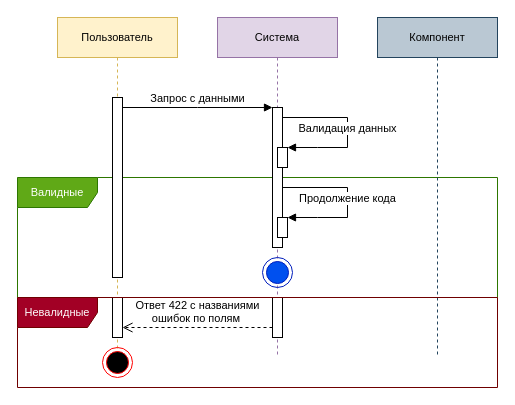
Before: page "🧩Общ: валид" (1 of 17) of docs/Последовательности.drawio in savayaqu/course-project-4, a draw.io diagram. Source tidied: cells renumbered, new cells numbered last; positions are measured from the earlier drawing's top-left corner, leaving out a move shared by most shapes. Both pictures are drawn from the tidied source at 100%, with x=0, y=0 at pixel (17, 17).
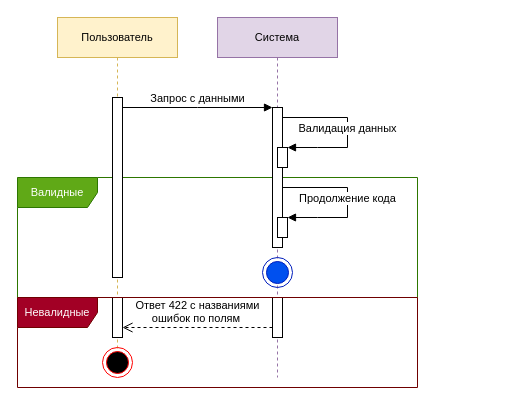
Above is the later version.

Change to the diagram source:
```diff
@@
     <mxCell id="3" value="Валидные" style="shape=umlFrame;whiteSpace=wrap;html=1;labelBackgroundColor=none;strokeColor=#2D7600;fontFamily=Helvetica;fontSize=11;fillColor=#60a917;fontColor=#ffffff;width=80;height=30;" parent="1" vertex="1">
-      <mxGeometry y="160" width="480" height="120" as="geometry" />
+      <mxGeometry y="160" width="400" height="120" as="geometry" />
     </mxCell>
-    <mxCell id="4" value="Компонент" style="shape=umlLifeline;perimeter=lifelinePerimeter;whiteSpace=wrap;html=1;labelBackgroundColor=none;fontFamily=Helvetica;fontSize=11;fillColor=#bac8d3;strokeColor=#23445d;" parent="1" vertex="1">
-      <mxGeometry x="360" width="120" height="340" as="geometry" />
-    </mxCell>
-    <mxCell id="5" value="Валидация данных" style="html=1;verticalAlign=bottom;endArrow=block;rounded=0;labelBackgroundColor=default;strokeColor=default;fontFamily=Helvetica;fontSize=11;fontColor=default;shape=connector;curved=0;" parent="4" edge="1">
-      <mxGeometry x="0.1" relative="1" as="geometry">
-        <mxPoint x="-95" y="100" as="sourcePoint" />
-        <mxPoint x="-90" y="130" as="targetPoint" />
-        <Array as="points">
-          <mxPoint x="-30" y="100" />
-          <mxPoint x="-30" y="130" />
-          <mxPoint x="-60" y="130" />
-        </Array>
-      </mxGeometry>
-    </mxCell>
     <mxCell id="6" value="Система" style="shape=umlLifeline;perimeter=lifelinePerimeter;whiteSpace=wrap;html=1;labelBackgroundColor=none;strokeColor=#9673a6;fontFamily=Helvetica;fontSize=11;fillColor=#e1d5e7;" parent="1" vertex="1">
-      <mxGeometry x="200" width="120" height="340" as="geometry" />
+      <mxGeometry x="200" width="120" height="360" as="geometry" />
     </mxCell>
@@
+    <mxCell id="5" value="Валидация данных" style="html=1;verticalAlign=bottom;endArrow=block;rounded=0;labelBackgroundColor=default;strokeColor=default;fontFamily=Helvetica;fontSize=11;fontColor=default;shape=connector;curved=0;" parent="6" edge="1">
+      <mxGeometry x="0.1" relative="1" as="geometry">
+        <mxPoint x="65" y="100" as="sourcePoint" />
+        <mxPoint x="70" y="130" as="targetPoint" />
+        <Array as="points">
+          <mxPoint x="130" y="100" />
+          <mxPoint x="130" y="130" />
+          <mxPoint x="100" y="130" />
+        </Array>
+      </mxGeometry>
+    </mxCell>
@@
     <mxCell id="15" value="Невалидные" style="shape=umlFrame;whiteSpace=wrap;html=1;labelBackgroundColor=none;strokeColor=#6F0000;fontFamily=Helvetica;fontSize=11;fillColor=#a20025;fontColor=#ffffff;width=80;height=30;" parent="1" vertex="1">
-      <mxGeometry y="280" width="480" height="90" as="geometry" />
+      <mxGeometry y="280" width="400" height="90" as="geometry" />
     </mxCell>
```
